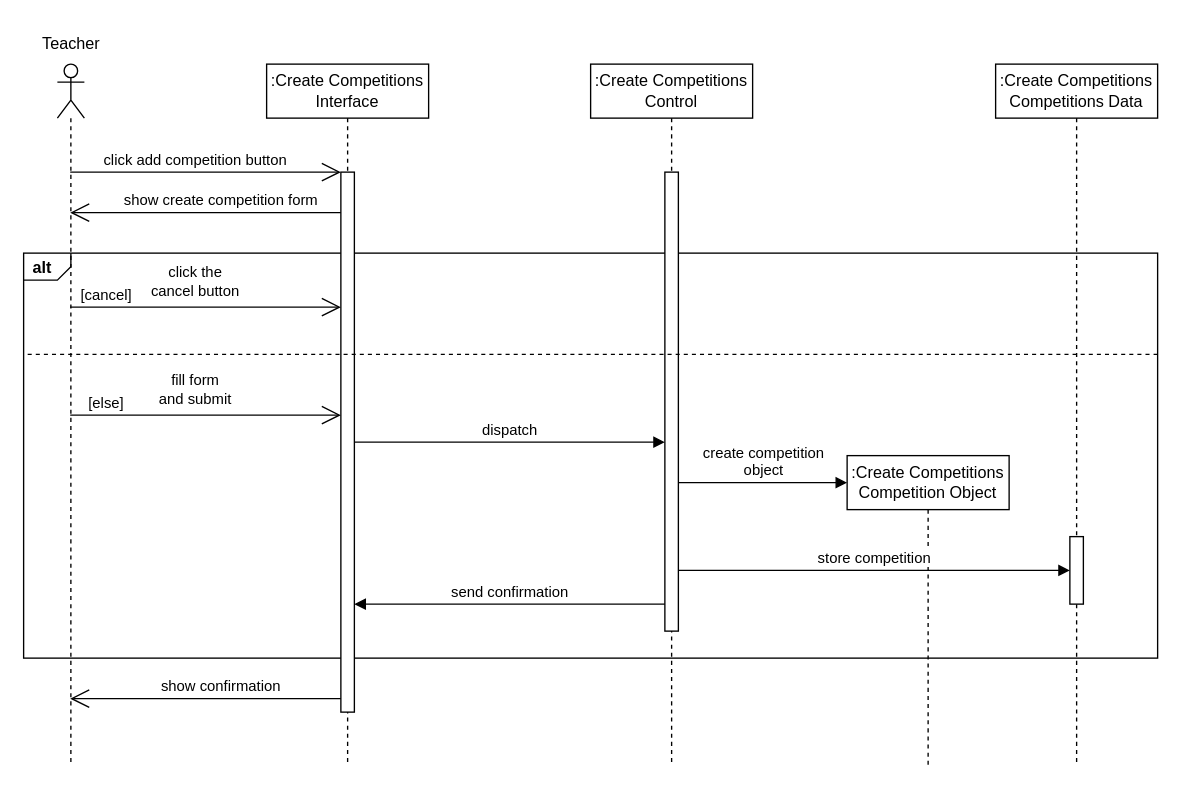
Above: other-files/Process Diagrams/Create Competitions.drawio in Jorge-L-F/MyGym (draw.io), before the change. Source tidied: cells renumbered, new cells numbered last; positions are measured from the earlier drawing's top-left corner, leaving out a move shared by most shapes. Both pictures are drawn from the tidied source at 135%, with x=0, y=0 at pixel (23, 23).
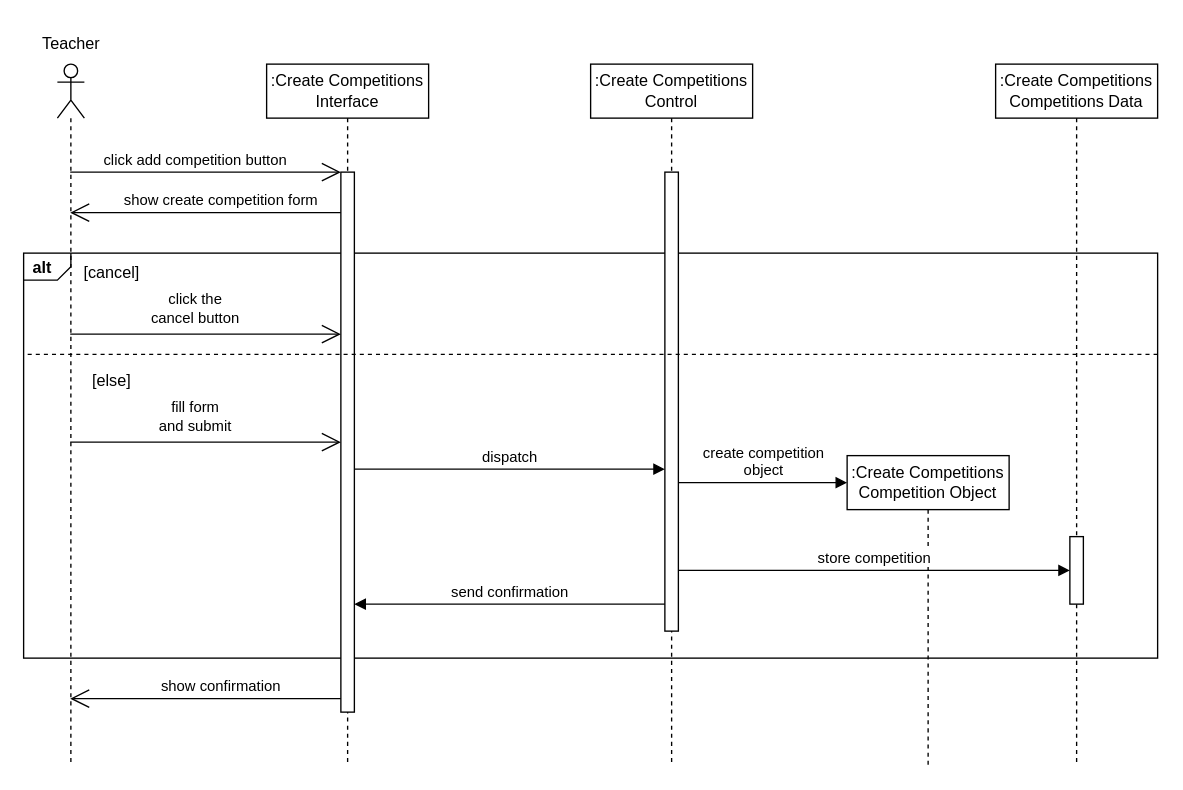
After the change.

The change refers to these unchanged cells:
```xml
<mxCell id="4" style="html=1;points=[];perimeter=orthogonalPerimeter;outlineConnect=0;targetShapes=umlLifeline;portConstraint=eastwest;newEdgeStyle={&quot;edgeStyle&quot;:&quot;elbowEdgeStyle&quot;,&quot;elbow&quot;:&quot;vertical&quot;,&quot;curved&quot;:0,&quot;rounded&quot;:0};" parent="3" vertex="1">
  <mxGeometry x="55" y="80" width="10" height="340" as="geometry" />
</mxCell>
<mxCell id="7" style="shape=umlLifeline;perimeter=lifelinePerimeter;whiteSpace=wrap;html=1;outlineConnect=0;portConstraint=eastwest;newEdgeStyle={&quot;edgeStyle&quot;:&quot;elbowEdgeStyle&quot;,&quot;elbow&quot;:&quot;vertical&quot;,&quot;curved&quot;:0,&quot;rounded&quot;:0};participant=umlActor;" parent="1" vertex="1">
  <mxGeometry x="25" y="30" width="20" height="520" as="geometry" />
</mxCell>
<mxCell id="9" style="html=1;points=[];perimeter=orthogonalPerimeter;outlineConnect=0;targetShapes=umlLifeline;portConstraint=eastwest;newEdgeStyle={&quot;edgeStyle&quot;:&quot;elbowEdgeStyle&quot;,&quot;elbow&quot;:&quot;vertical&quot;,&quot;curved&quot;:0,&quot;rounded&quot;:0};" parent="8" vertex="1">
  <mxGeometry x="55" y="80" width="10" height="400" as="geometry" />
</mxCell>
```

Change to the diagram source:
```diff
@@
     <mxCell id="16" style="endArrow=open;endFill=1;endSize=12;html=1;elbow=vertical;edgeStyle=elbowEdgeStyle;curved=0;rounded=0;" parent="1" edge="1" source="7" target="9">
       <mxGeometry relative="1" as="geometry">
         <Array as="points">
-          <mxPoint x="140" y="290" />
+          <mxPoint x="140" y="310" />
         </Array>
       </mxGeometry>
     </mxCell>
@@
-    <mxCell id="18" value="[else]" style="edgeLabel;html=1;align=center;verticalAlign=middle;" parent="16" vertex="1">
-      <mxGeometry x="-0.89" relative="1" as="geometry">
-        <mxPoint x="15" y="-10" as="offset" />
-      </mxGeometry>
-    </mxCell>
     <mxCell id="19" style="endArrow=open;endFill=1;endSize=12;html=1;elbow=vertical;edgeStyle=elbowEdgeStyle;curved=0;rounded=0;" parent="1" edge="1" source="7" target="9">
       <mxGeometry relative="1" as="geometry">
         <Array as="points">
-          <mxPoint x="140" y="210" />
+          <mxPoint x="150" y="230" />
         </Array>
       </mxGeometry>
     </mxCell>
@@
-    <mxCell id="21" value="[cancel]" style="edgeLabel;html=1;align=center;verticalAlign=middle;" parent="19" vertex="1">
-      <mxGeometry x="-0.89" relative="1" as="geometry">
-        <mxPoint x="15" y="-10" as="offset" />
-      </mxGeometry>
-    </mxCell>
@@
     <mxCell id="24" value="dispatch" style="html=1;verticalAlign=bottom;endArrow=block;edgeStyle=elbowEdgeStyle;elbow=vertical;curved=0;rounded=0;" parent="1" edge="1" source="9" target="4">
       <mxGeometry relative="1" as="geometry">
         <Array as="points">
-          <mxPoint x="360" y="310" />
+          <mxPoint x="370" y="330" />
         </Array>
       </mxGeometry>
     </mxCell>
@@
+    <mxCell id="21" value="[cancel]" style="text;html=1;align=center;verticalAlign=middle;strokeColor=none;fillColor=none;" parent="1" vertex="1">
+      <mxGeometry x="35" y="170" width="60" height="30" as="geometry" />
+    </mxCell>
+    <mxCell id="18" value="[else]" style="text;html=1;align=center;verticalAlign=middle;strokeColor=none;fillColor=none;" parent="1" vertex="1">
+      <mxGeometry x="40" y="250" width="50" height="30" as="geometry" />
+    </mxCell>
```
